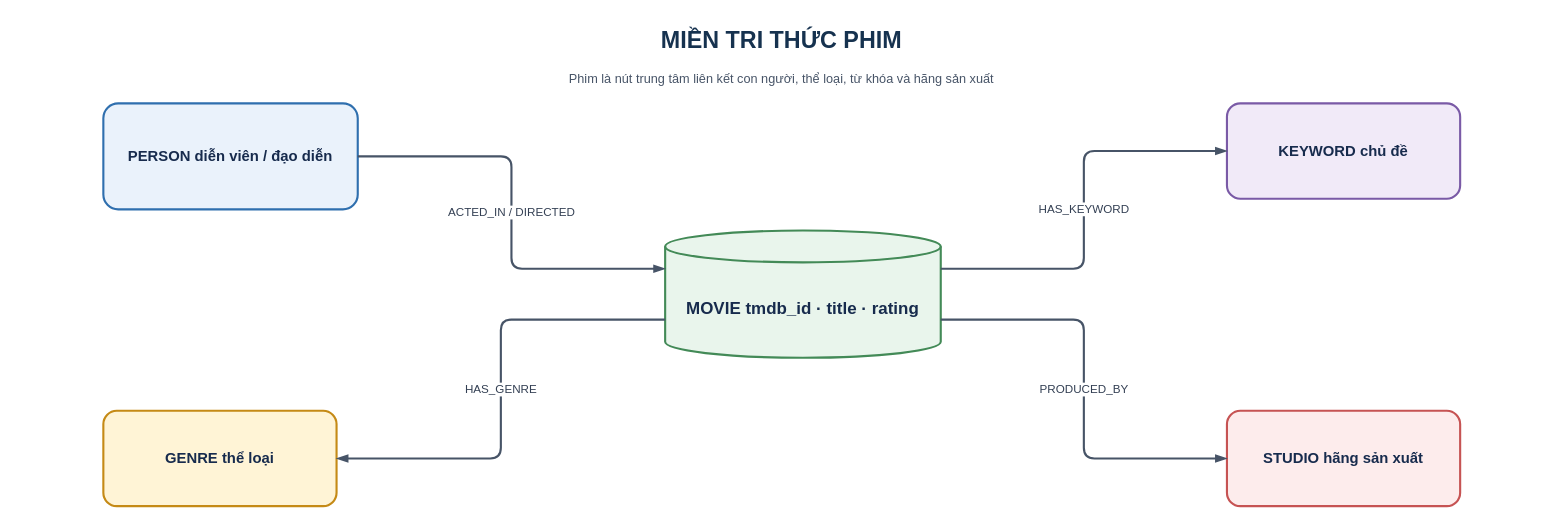
khanhhk/advanced_database keeps this draw.io diagram as report_latex/images/sources/movie_kg_overview.drawio. Above is the earlier version. Source tidied: cells renumbered, new cells numbered last; positions are measured from the earlier drawing's top-left corner, leaving out a move shared by most shapes. Both pictures are drawn from the tidied source at 106%, with x=0, y=0 at pixel (18, 18).
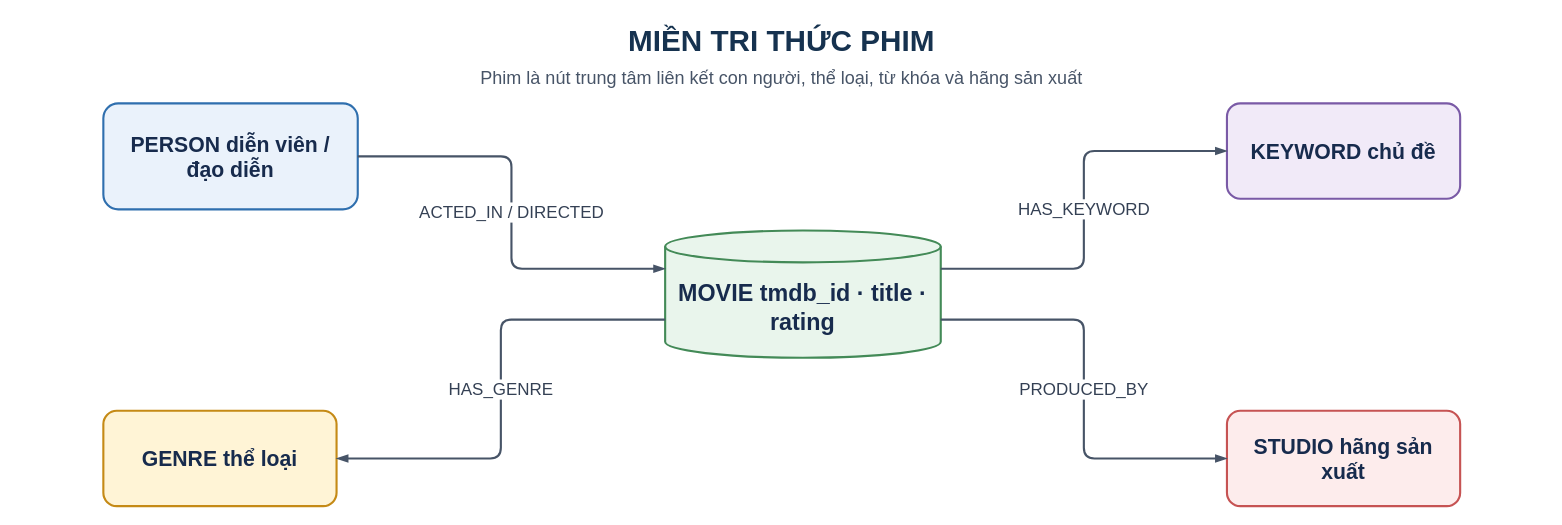
The same diagram, later.

The edit, as a diff of the source:
```diff
@@
 <mxGraphModel background="#FFFFFF">
   <root>
     <mxCell id="0" />
     <mxCell id="1" parent="0" />
-    <mxCell id="2" value="MIỀN TRI THỨC PHIM" style="text;html=1;whiteSpace=wrap;align=center;verticalAlign=middle;fontFamily=Helvetica;fontSize=22;fontColor=#16324F;fontStyle=1;" parent="1" vertex="1">
+    <mxCell id="2" value="MIỀN TRI THỨC PHIM" style="text;html=1;whiteSpace=wrap;align=center;verticalAlign=middle;fontFamily=Helvetica;fontSize=28;fontColor=#16324F;fontStyle=1;" parent="1" vertex="1">
       <mxGeometry width="1440" height="42" as="geometry" />
     </mxCell>
-    <mxCell id="3" value="Phim là nút trung tâm liên kết con người, thể loại, từ khóa và hãng sản xuất" style="text;html=1;whiteSpace=wrap;align=center;verticalAlign=middle;fontFamily=Helvetica;fontSize=12;fontColor=#475467;" parent="1" vertex="1">
+    <mxCell id="3" value="Phim là nút trung tâm liên kết con người, thể loại, từ khóa và hãng sản xuất" style="text;html=1;whiteSpace=wrap;align=center;verticalAlign=middle;fontFamily=Helvetica;fontSize=17;fontColor=#475467;" parent="1" vertex="1">
       <mxGeometry y="42" width="1440" height="30" as="geometry" />
     </mxCell>
-    <mxCell id="4" value="MOVIE tmdb_id · title · rating" style="shape=cylinder3;boundedLbl=1;whiteSpace=wrap;html=1;align=center;verticalAlign=middle;spacing=8;fontFamily=Helvetica;fontSize=16;fontColor=#172B4D;fillColor=#E9F5EC;strokeColor=#438A57;strokeWidth=2;fontStyle=1;" parent="1" vertex="1">
+    <mxCell id="4" value="MOVIE tmdb_id · title · rating" style="shape=cylinder3;boundedLbl=1;whiteSpace=wrap;html=1;align=center;verticalAlign=middle;spacing=8;fontFamily=Helvetica;fontSize=22;fontColor=#172B4D;fillColor=#E9F5EC;strokeColor=#438A57;strokeWidth=2;fontStyle=1;" parent="1" vertex="1">
       <mxGeometry x="610" y="200" width="260" height="120" as="geometry" />
     </mxCell>
-    <mxCell id="5" value="PERSON diễn viên / đạo diễn" style="rounded=1;arcSize=14;whiteSpace=wrap;html=1;align=center;verticalAlign=middle;spacing=8;fontFamily=Helvetica;fontSize=14;fontColor=#172B4D;fillColor=#EAF2FB;strokeColor=#2F6FAE;strokeWidth=2;fontStyle=1;" parent="1" vertex="1">
+    <mxCell id="5" value="PERSON diễn viên / đạo diễn" style="rounded=1;arcSize=14;whiteSpace=wrap;html=1;align=center;verticalAlign=middle;spacing=8;fontFamily=Helvetica;fontSize=20;fontColor=#172B4D;fillColor=#EAF2FB;strokeColor=#2F6FAE;strokeWidth=2;fontStyle=1;" parent="1" vertex="1">
       <mxGeometry x="80" y="80" width="240" height="100" as="geometry" />
     </mxCell>
-    <mxCell id="6" value="GENRE thể loại" style="rounded=1;arcSize=14;whiteSpace=wrap;html=1;align=center;verticalAlign=middle;spacing=8;fontFamily=Helvetica;fontSize=14;fontColor=#172B4D;fillColor=#FFF4D6;strokeColor=#C58A16;strokeWidth=2;fontStyle=1;" parent="1" vertex="1">
+    <mxCell id="6" value="GENRE thể loại" style="rounded=1;arcSize=14;whiteSpace=wrap;html=1;align=center;verticalAlign=middle;spacing=8;fontFamily=Helvetica;fontSize=20;fontColor=#172B4D;fillColor=#FFF4D6;strokeColor=#C58A16;strokeWidth=2;fontStyle=1;" parent="1" vertex="1">
       <mxGeometry x="80" y="370" width="220" height="90" as="geometry" />
     </mxCell>
-    <mxCell id="7" value="KEYWORD chủ đề" style="rounded=1;arcSize=14;whiteSpace=wrap;html=1;align=center;verticalAlign=middle;spacing=8;fontFamily=Helvetica;fontSize=14;fontColor=#172B4D;fillColor=#F1EAF8;strokeColor=#7A5AA6;strokeWidth=2;fontStyle=1;" parent="1" vertex="1">
+    <mxCell id="7" value="KEYWORD chủ đề" style="rounded=1;arcSize=14;whiteSpace=wrap;html=1;align=center;verticalAlign=middle;spacing=8;fontFamily=Helvetica;fontSize=20;fontColor=#172B4D;fillColor=#F1EAF8;strokeColor=#7A5AA6;strokeWidth=2;fontStyle=1;" parent="1" vertex="1">
       <mxGeometry x="1140" y="80" width="220" height="90" as="geometry" />
     </mxCell>
-    <mxCell id="8" value="STUDIO hãng sản xuất" style="rounded=1;arcSize=14;whiteSpace=wrap;html=1;align=center;verticalAlign=middle;spacing=8;fontFamily=Helvetica;fontSize=14;fontColor=#172B4D;fillColor=#FDECEC;strokeColor=#C65353;strokeWidth=2;fontStyle=1;" parent="1" vertex="1">
+    <mxCell id="8" value="STUDIO hãng sản xuất" style="rounded=1;arcSize=14;whiteSpace=wrap;html=1;align=center;verticalAlign=middle;spacing=8;fontFamily=Helvetica;fontSize=20;fontColor=#172B4D;fillColor=#FDECEC;strokeColor=#C65353;strokeWidth=2;fontStyle=1;" parent="1" vertex="1">
       <mxGeometry x="1140" y="370" width="220" height="90" as="geometry" />
     </mxCell>
-    <mxCell id="9" value="ACTED_IN / DIRECTED" style="edgeStyle=orthogonalEdgeStyle;rounded=1;jettySize=auto;html=1;strokeColor=#475467;strokeWidth=2;endArrow=blockThin;endFill=1;fontFamily=Helvetica;fontSize=11;fontColor=#344054;labelBackgroundColor=#FFFFFF;exitX=1;exitY=0.5;exitDx=0;exitDy=0;entryX=0;entryY=0.3;entryDx=0;entryDy=0;" parent="1" edge="1" source="5" target="4">
+    <mxCell id="9" value="ACTED_IN / DIRECTED" style="edgeStyle=orthogonalEdgeStyle;rounded=1;jettySize=auto;html=1;strokeColor=#475467;strokeWidth=2;endArrow=blockThin;endFill=1;fontFamily=Helvetica;fontSize=16;fontColor=#344054;labelBackgroundColor=#FFFFFF;exitX=1;exitY=0.5;exitDx=0;exitDy=0;entryX=0;entryY=0.3;entryDx=0;entryDy=0;" parent="1" edge="1" source="5" target="4">
       <mxGeometry relative="1" as="geometry" />
     </mxCell>
-    <mxCell id="10" value="HAS_GENRE" style="edgeStyle=orthogonalEdgeStyle;rounded=1;jettySize=auto;html=1;strokeColor=#475467;strokeWidth=2;endArrow=blockThin;endFill=1;fontFamily=Helvetica;fontSize=11;fontColor=#344054;labelBackgroundColor=#FFFFFF;exitX=0;exitY=0.7;exitDx=0;exitDy=0;entryX=1;entryY=0.5;entryDx=0;entryDy=0;" parent="1" edge="1" source="4" target="6">
+    <mxCell id="10" value="HAS_GENRE" style="edgeStyle=orthogonalEdgeStyle;rounded=1;jettySize=auto;html=1;strokeColor=#475467;strokeWidth=2;endArrow=blockThin;endFill=1;fontFamily=Helvetica;fontSize=16;fontColor=#344054;labelBackgroundColor=#FFFFFF;exitX=0;exitY=0.7;exitDx=0;exitDy=0;entryX=1;entryY=0.5;entryDx=0;entryDy=0;" parent="1" edge="1" source="4" target="6">
       <mxGeometry relative="1" as="geometry" />
     </mxCell>
-    <mxCell id="11" value="HAS_KEYWORD" style="edgeStyle=orthogonalEdgeStyle;rounded=1;jettySize=auto;html=1;strokeColor=#475467;strokeWidth=2;endArrow=blockThin;endFill=1;fontFamily=Helvetica;fontSize=11;fontColor=#344054;labelBackgroundColor=#FFFFFF;exitX=1;exitY=0.3;exitDx=0;exitDy=0;entryX=0;entryY=0.5;entryDx=0;entryDy=0;" parent="1" edge="1" source="4" target="7">
+    <mxCell id="11" value="HAS_KEYWORD" style="edgeStyle=orthogonalEdgeStyle;rounded=1;jettySize=auto;html=1;strokeColor=#475467;strokeWidth=2;endArrow=blockThin;endFill=1;fontFamily=Helvetica;fontSize=16;fontColor=#344054;labelBackgroundColor=#FFFFFF;exitX=1;exitY=0.3;exitDx=0;exitDy=0;entryX=0;entryY=0.5;entryDx=0;entryDy=0;" parent="1" edge="1" source="4" target="7">
       <mxGeometry relative="1" as="geometry" />
     </mxCell>
-    <mxCell id="12" value="PRODUCED_BY" style="edgeStyle=orthogonalEdgeStyle;rounded=1;jettySize=auto;html=1;strokeColor=#475467;strokeWidth=2;endArrow=blockThin;endFill=1;fontFamily=Helvetica;fontSize=11;fontColor=#344054;labelBackgroundColor=#FFFFFF;exitX=1;exitY=0.7;exitDx=0;exitDy=0;entryX=0;entryY=0.5;entryDx=0;entryDy=0;" parent="1" edge="1" source="4" target="8">
+    <mxCell id="12" value="PRODUCED_BY" style="edgeStyle=orthogonalEdgeStyle;rounded=1;jettySize=auto;html=1;strokeColor=#475467;strokeWidth=2;endArrow=blockThin;endFill=1;fontFamily=Helvetica;fontSize=16;fontColor=#344054;labelBackgroundColor=#FFFFFF;exitX=1;exitY=0.7;exitDx=0;exitDy=0;entryX=0;entryY=0.5;entryDx=0;entryDy=0;" parent="1" edge="1" source="4" target="8">
       <mxGeometry relative="1" as="geometry" />
     </mxCell>
   </root>
 </mxGraphModel>
```
